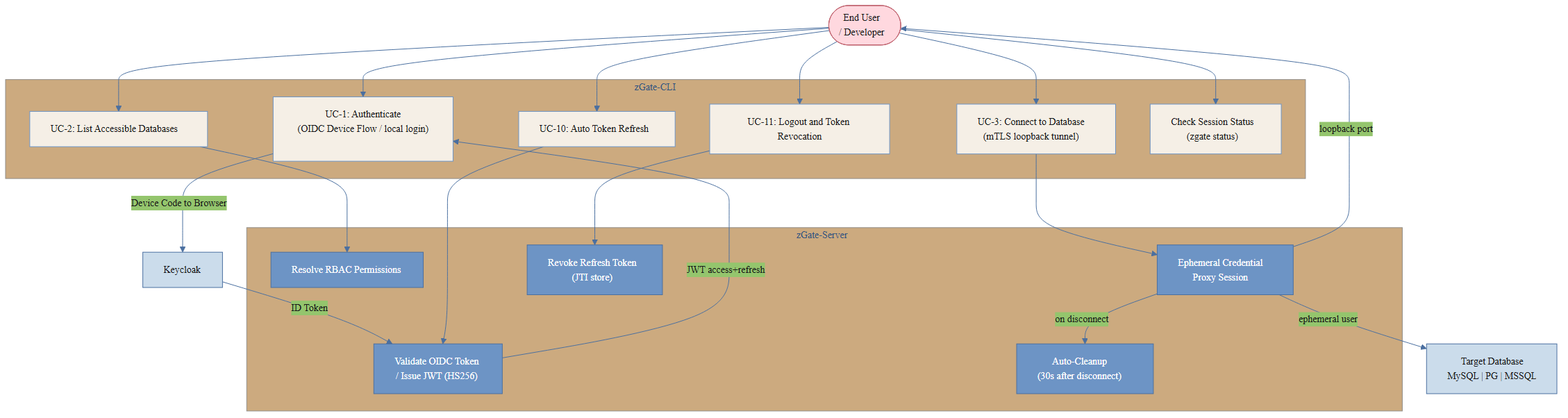
This is images/fig4_2_enduser.png from lll-michael-lll/Graduation-Project-Documentation, a Mermaid export, as it was before one commit. Its source is kept beside it as diagrams/fig4_2_enduser.mmd.
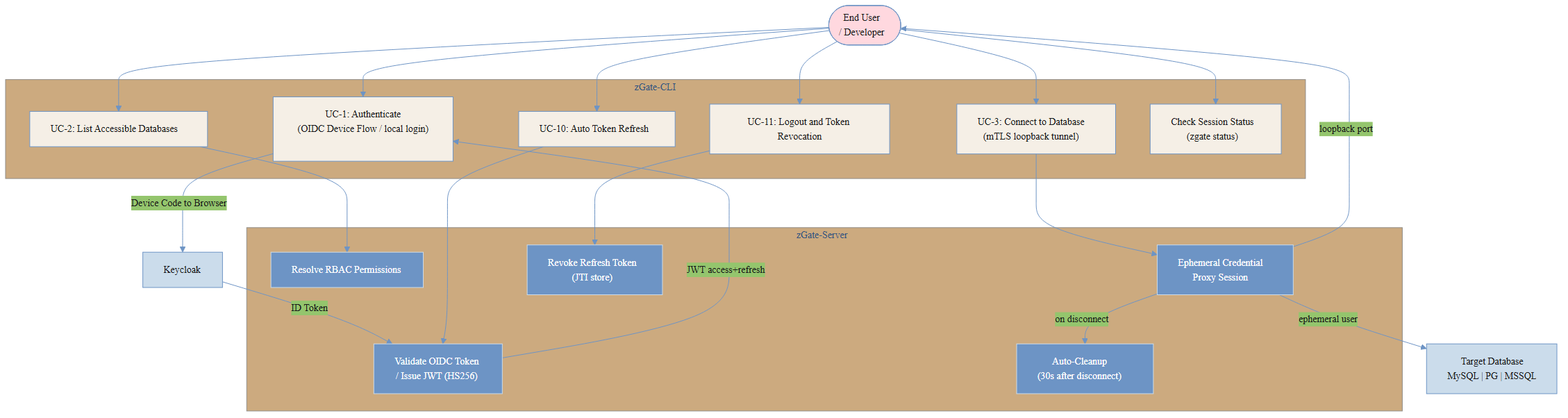
The same file after the commit.

What changed in the source:
```diff
@@ -3,17 +3,17 @@
   "themeVariables": {
     "primaryColor": "#6D94C5",
     "primaryTextColor": "#1a1a1a",
-    "primaryBorderColor": "#4a6fa0",
-    "lineColor": "#4a6fa0",
+    "primaryBorderColor": "#6D94C5",
+    "lineColor": "#6D94C5",
     "fontFamily": "Liberation Sans, Arial, sans-serif",
     "fontSize": "14px"
   }
 }}%%
 flowchart TD
-    classDef actor   fill:#FFD8DF,stroke:#c0626e,color:#1a1a1a
+    classDef actor   fill:#FFD8DF,stroke:#6D94C5,color:#1a1a1a
     classDef usecase fill:#F5EFE6,stroke:#6D94C5,color:#1a1a1a
-    classDef system  fill:#6D94C5,stroke:#4a6fa0,color:#fff
-    classDef ext     fill:#CBDCEB,stroke:#4a6fa0,color:#1a1a1a
+    classDef system  fill:#6D94C5,stroke:#CBDCEB,color:#fff
+    classDef ext     fill:#CBDCEB,stroke:#6D94C5,color:#1a1a1a
 
     EU(["End User\n/ Developer"]):::actor
 
```
